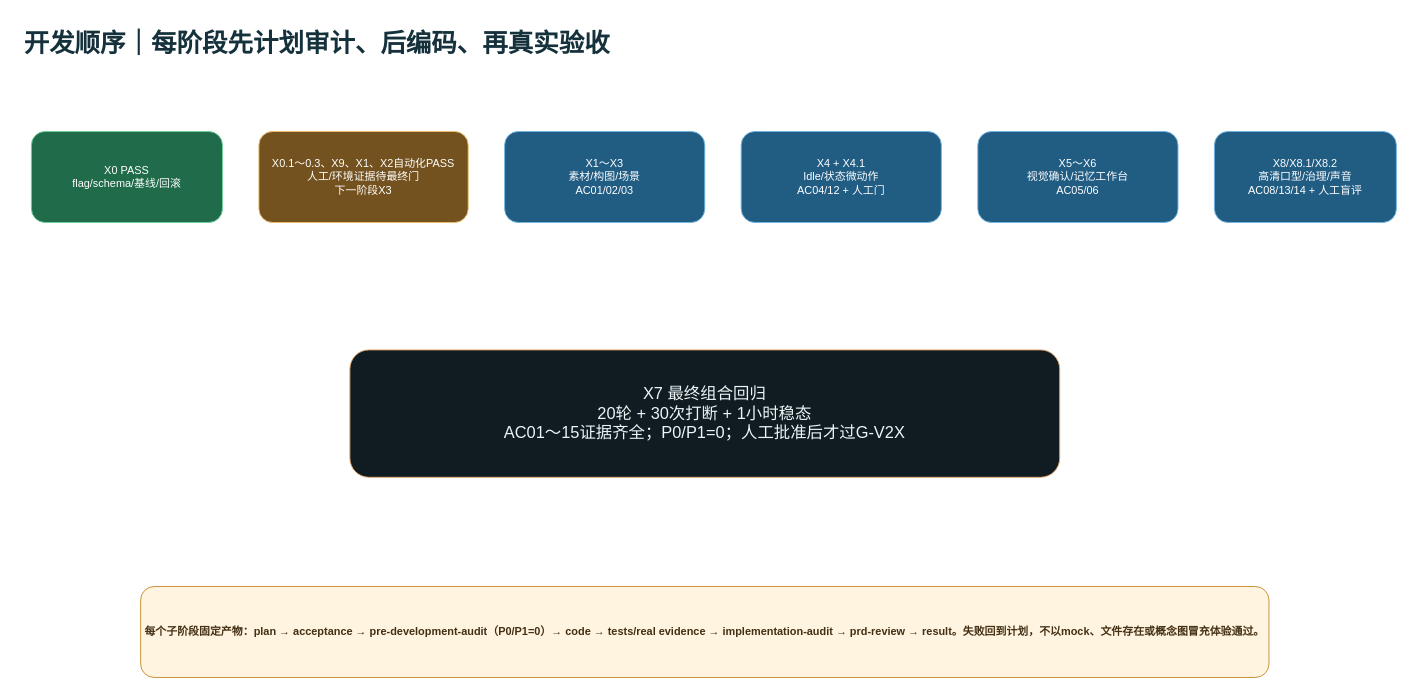
ljx418/cyberWife keeps this draw.io diagram as page "06-开发顺序与里程碑" (6 of 8) of docs/architecture/v2-x-gap.drawio. Above is the earlier version. Source tidied: cells renumbered, new cells numbered last; positions are measured from the earlier drawing's top-left corner, leaving out a move shared by most shapes. Both pictures are drawn from the tidied source at 91%, with x=0, y=0 at pixel (22, 22).
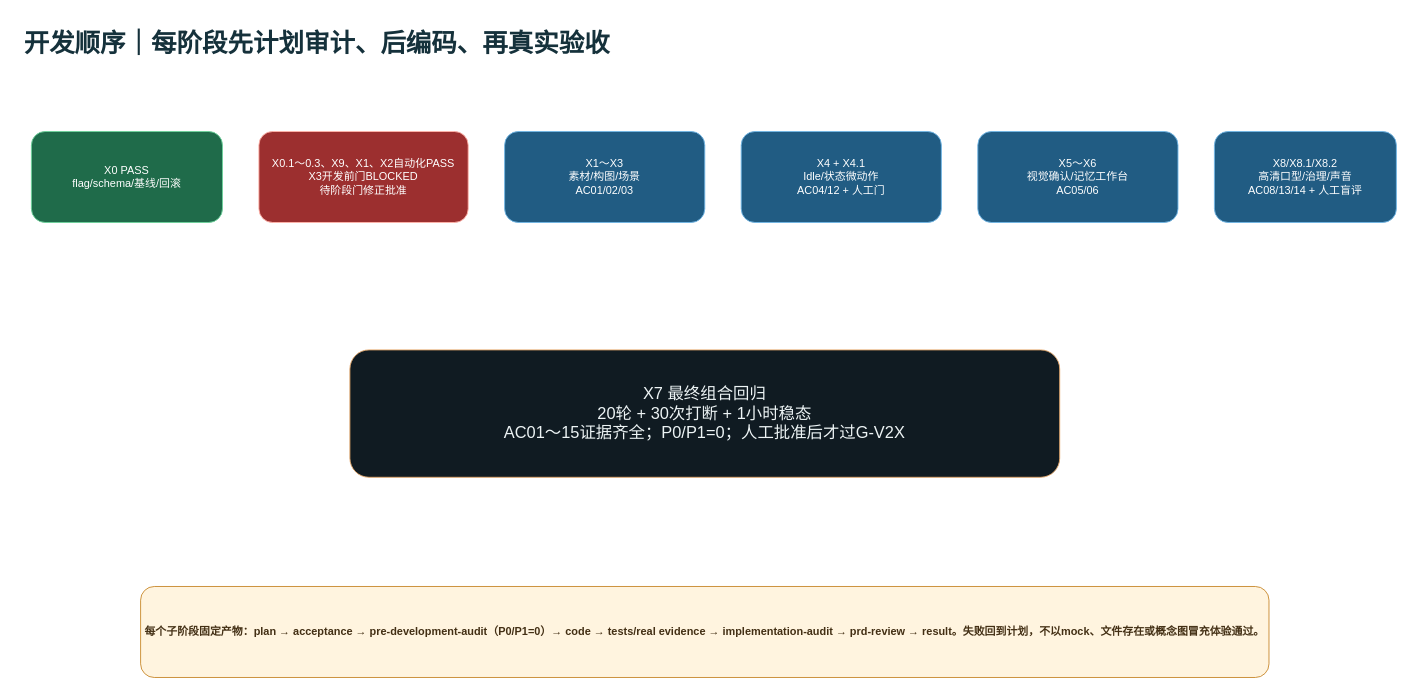
The same diagram, later.

Change to the diagram source:
```diff
@@
 <mxGraphModel>
   <root>
     <mxCell id="0" />
     <mxCell id="1" parent="0" />
     <mxCell id="2" value="开发顺序｜每阶段先计划审计、后编码、再真实验收" style="text;html=1;fontSize=28;fontStyle=1;fontColor=#15313B;" parent="1" vertex="1">
       <mxGeometry width="1300" height="50" as="geometry" />
     </mxCell>
     <mxCell id="3" value="X0 PASS&#10;flag/schema/基线/回滚" style="rounded=1;whiteSpace=wrap;html=1;fillColor=#1F6B4A;strokeColor=#6ED39C;fontColor=#FFFFFF;" parent="1" vertex="1">
       <mxGeometry x="10" y="120" width="210" height="100" as="geometry" />
     </mxCell>
-    <mxCell id="4" value="X0.1～0.3、X9、X1、X2自动化PASS&#10;人工/环境证据待最终门&#10;下一阶段X3" style="rounded=1;whiteSpace=wrap;html=1;fillColor=#73521F;strokeColor=#F2BD6B;fontColor=#FFFFFF;" parent="1" vertex="1">
+    <mxCell id="4" value="X0.1～0.3、X9、X1、X2自动化PASS&#10;X3开发前门BLOCKED&#10;待阶段门修正批准" style="rounded=1;whiteSpace=wrap;html=1;fillColor=#9C2F2F;strokeColor=#FFB4AB;fontColor=#FFFFFF;" parent="1" vertex="1">
       <mxGeometry x="260" y="120" width="230" height="100" as="geometry" />
     </mxCell>
     <mxCell id="5" value="X1～X3&#10;素材/构图/场景&#10;AC01/02/03" style="rounded=1;whiteSpace=wrap;html=1;fillColor=#215C83;strokeColor=#71B7E6;fontColor=#FFFFFF;" parent="1" vertex="1">
       <mxGeometry x="530" y="120" width="220" height="100" as="geometry" />
     </mxCell>
     <mxCell id="6" value="X4 + X4.1&#10;Idle/状态微动作&#10;AC04/12 + 人工门" style="rounded=1;whiteSpace=wrap;html=1;fillColor=#215C83;strokeColor=#71B7E6;fontColor=#FFFFFF;" parent="1" vertex="1">
       <mxGeometry x="790" y="120" width="220" height="100" as="geometry" />
     </mxCell>
     <mxCell id="7" value="X5～X6&#10;视觉确认/记忆工作台&#10;AC05/06" style="rounded=1;whiteSpace=wrap;html=1;fillColor=#215C83;strokeColor=#71B7E6;fontColor=#FFFFFF;" parent="1" vertex="1">
       <mxGeometry x="1050" y="120" width="220" height="100" as="geometry" />
     </mxCell>
     <mxCell id="8" value="X8/X8.1/X8.2&#10;高清口型/治理/声音&#10;AC08/13/14 + 人工盲评" style="rounded=1;whiteSpace=wrap;html=1;fillColor=#215C83;strokeColor=#71B7E6;fontColor=#FFFFFF;" parent="1" vertex="1">
       <mxGeometry x="1310" y="120" width="200" height="100" as="geometry" />
     </mxCell>
     <mxCell id="9" value="X7 最终组合回归&#10;20轮 + 30次打断 + 1小时稳态&#10;AC01～15证据齐全；P0/P1=0；人工批准后才过G-V2X" style="rounded=1;whiteSpace=wrap;html=1;fillColor=#101B22;strokeColor=#E4A668;fontColor=#EDF4F5;fontSize=18;" parent="1" vertex="1">
       <mxGeometry x="360" y="360" width="780" height="140" as="geometry" />
     </mxCell>
     <mxCell id="10" value="每个子阶段固定产物：plan → acceptance → pre-development-audit（P0/P1=0）→ code → tests/real evidence → implementation-audit → prd-review → result。失败回到计划，不以mock、文件存在或概念图冒充体验通过。" style="rounded=1;whiteSpace=wrap;html=1;fillColor=#FFF4DF;strokeColor=#C8892E;fontColor=#432F14;fontStyle=1;" parent="1" vertex="1">
       <mxGeometry x="130" y="620" width="1240" height="100" as="geometry" />
     </mxCell>
     <mxCell id="11" style="edgeStyle=orthogonalEdgeStyle;endArrow=block;" parent="1" edge="1" source="3" target="4" />
     <mxCell id="12" style="edgeStyle=orthogonalEdgeStyle;endArrow=block;" parent="1" edge="1" source="4" target="5" />
     <mxCell id="13" style="edgeStyle=orthogonalEdgeStyle;endArrow=block;" parent="1" edge="1" source="5" target="6" />
     <mxCell id="14" style="edgeStyle=orthogonalEdgeStyle;endArrow=block;" parent="1" edge="1" source="6" target="7" />
     <mxCell id="15" style="edgeStyle=orthogonalEdgeStyle;endArrow=block;" parent="1" edge="1" source="7" target="8" />
     <mxCell id="16" style="edgeStyle=orthogonalEdgeStyle;endArrow=block;" parent="1" edge="1" source="8" target="9" />
   </root>
 </mxGraphModel>
```
